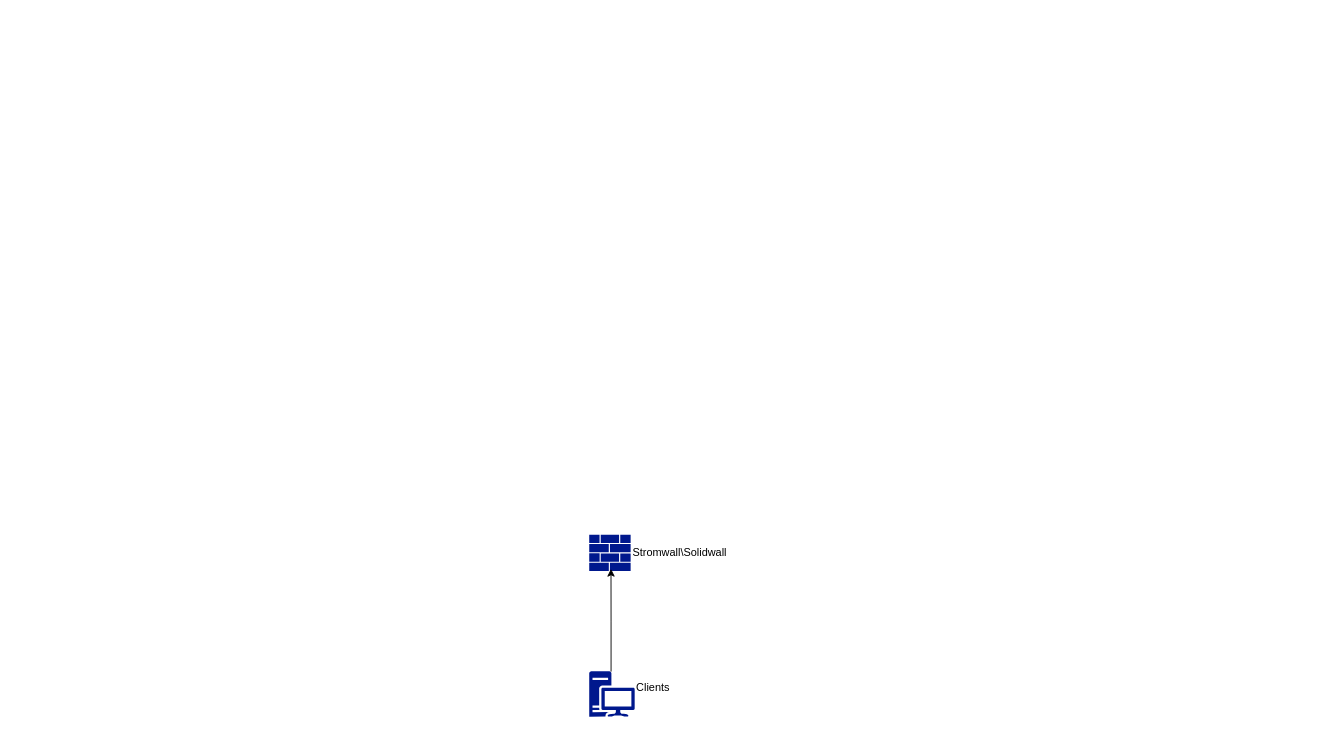
This is Untitled Diagram.drawio from Dasatrys/cosmos-web, a draw.io file, before an edit. Source tidied: cells renumbered, new cells numbered last; positions are measured from the earlier drawing's top-left corner, leaving out a move shared by most shapes. Both pictures are drawn from the tidied source at 91%, with x=0, y=0 at pixel (589, 534).
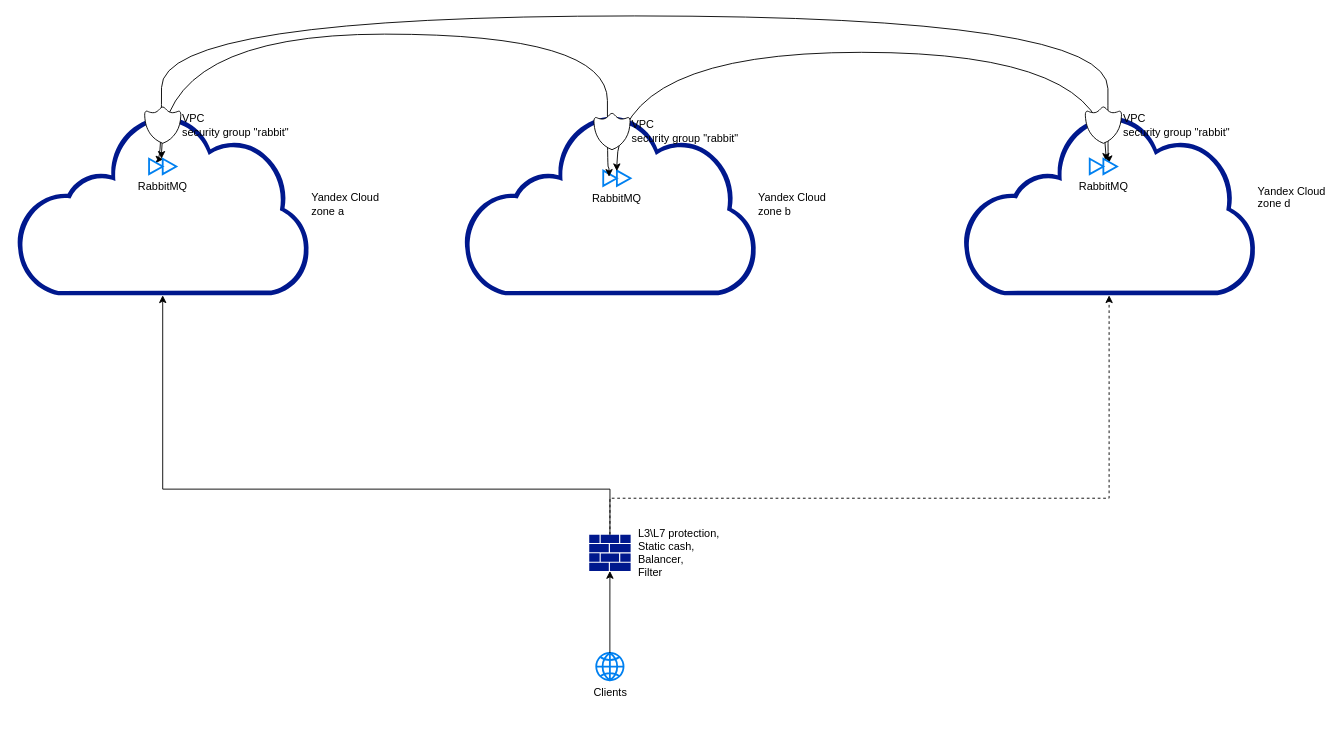
The same diagram, later.

The edit, as a diff of the source:
```diff
@@
+    <mxCell id="5" value="&lt;div&gt;Yandex Cloud&amp;nbsp;&lt;/div&gt;&lt;div&gt;zone d&lt;/div&gt;&lt;div&gt;&lt;br&gt;&lt;/div&gt;" style="sketch=0;shadow=0;dashed=0;html=1;strokeColor=none;labelPosition=right;verticalLabelPosition=middle;verticalAlign=middle;align=left;fillColor=#00188D;shape=mxgraph.mscae.enterprise.internet_hollow;" parent="1" vertex="1">
+      <mxGeometry x="410" y="-463" width="322.6" height="200" as="geometry" />
+    </mxCell>
-    <mxCell id="2" value="Stromwall\Solidwall" style="sketch=0;shadow=0;dashed=0;html=1;strokeColor=none;labelPosition=right;verticalLabelPosition=middle;verticalAlign=middle;align=left;fillColor=#00188D;shape=mxgraph.mscae.enterprise.firewall;" parent="1" vertex="1">
+    <mxCell id="2" value="L3\L7 protection,&lt;br&gt;Static cash,&lt;br&gt;&lt;div&gt;Balancer,&lt;/div&gt;&lt;div&gt;Filter&lt;/div&gt;" style="sketch=0;shadow=0;dashed=0;html=1;strokeColor=none;labelPosition=right;verticalLabelPosition=middle;verticalAlign=middle;align=left;fillColor=#00188D;shape=mxgraph.mscae.enterprise.firewall;spacing=8;" parent="1" vertex="1">
       <mxGeometry width="45.5" height="40" as="geometry" />
     </mxCell>
+    <mxCell id="6" value="&lt;div&gt;Yandex Cloud&amp;nbsp;&lt;/div&gt;&lt;div&gt;zone a&lt;/div&gt;" style="sketch=0;shadow=0;dashed=0;html=1;strokeColor=none;labelPosition=right;verticalLabelPosition=middle;verticalAlign=middle;align=left;fillColor=#00188D;shape=mxgraph.mscae.enterprise.internet_hollow;" parent="1" vertex="1">
+      <mxGeometry x="-630" y="-463" width="322.6" height="200" as="geometry" />
+    </mxCell>
+    <mxCell id="7" value="&lt;div&gt;Yandex Cloud&amp;nbsp;&lt;/div&gt;&lt;div&gt;zone b&lt;/div&gt;" style="sketch=0;shadow=0;dashed=0;html=1;strokeColor=none;labelPosition=right;verticalLabelPosition=middle;verticalAlign=middle;align=left;fillColor=#00188D;shape=mxgraph.mscae.enterprise.internet_hollow;" parent="1" vertex="1">
+      <mxGeometry x="-138.6" y="-463" width="322.6" height="200" as="geometry" />
+    </mxCell>
+    <mxCell id="8" style="edgeStyle=orthogonalEdgeStyle;rounded=0;jettySize=auto;html=1;exitX=0.5;exitY=0;exitDx=0;exitDy=0;exitPerimeter=0;entryX=0.5;entryY=1;entryDx=0;entryDy=0;entryPerimeter=0;verticalAlign=bottom;dashed=1;" parent="1" edge="1" source="2" target="5">
+      <mxGeometry relative="1" as="geometry">
+        <Array as="points">
+          <mxPoint x="23" y="-40" />
+          <mxPoint x="571" y="-40" />
+        </Array>
+      </mxGeometry>
+    </mxCell>
+    <mxCell id="9" style="edgeStyle=orthogonalEdgeStyle;rounded=0;jettySize=auto;html=1;exitX=0.5;exitY=0;exitDx=0;exitDy=0;exitPerimeter=0;entryX=0.5;entryY=1;entryDx=0;entryDy=0;entryPerimeter=0;" parent="1" edge="1" source="2" target="6">
+      <mxGeometry relative="1" as="geometry">
+        <Array as="points">
+          <mxPoint x="23" y="-50" />
+          <mxPoint x="-469" y="-50" />
+        </Array>
+      </mxGeometry>
+    </mxCell>
-    <mxCell id="3" value="&lt;div&gt;Clients&lt;/div&gt;&lt;div&gt;&lt;br&gt;&lt;/div&gt;" style="sketch=0;shadow=0;dashed=0;html=1;strokeColor=none;labelPosition=right;verticalLabelPosition=middle;verticalAlign=middle;align=left;fillColor=#00188D;shape=mxgraph.mscae.enterprise.workstation_client;" parent="1" vertex="1">
-      <mxGeometry y="150" width="50" height="50" as="geometry" />
+    <mxCell id="3" value="&lt;div&gt;Clients&lt;/div&gt;" style="html=1;verticalLabelPosition=bottom;align=center;labelBackgroundColor=#ffffff;verticalAlign=top;strokeWidth=2;strokeColor=#0080F0;shadow=0;dashed=0;shape=mxgraph.ios7.icons.globe;" parent="1" vertex="1">
+      <mxGeometry x="7.7" y="130" width="30" height="30" as="geometry" />
     </mxCell>
-    <mxCell id="4" style="edgeStyle=orthogonalEdgeStyle;rounded=0;jettySize=auto;html=1;exitX=0.48;exitY=0.01;exitDx=0;exitDy=0;exitPerimeter=0;entryX=0.526;entryY=0.941;entryDx=0;entryDy=0;entryPerimeter=0;" parent="1" edge="1" source="3" target="2">
+    <mxCell id="4" style="edgeStyle=orthogonalEdgeStyle;rounded=0;jettySize=auto;html=1;entryX=0.5;entryY=1;entryDx=0;entryDy=0;entryPerimeter=0;" parent="1" edge="1" source="3" target="2">
       <mxGeometry relative="1" as="geometry" />
     </mxCell>
+    <mxCell id="10" value="RabbitMQ" style="html=1;verticalLabelPosition=bottom;align=center;labelBackgroundColor=#ffffff;verticalAlign=top;strokeWidth=2;strokeColor=#0080F0;shadow=0;dashed=0;shape=mxgraph.ios7.icons.forward;" parent="1" vertex="1">
+      <mxGeometry x="15.4" y="-400" width="30" height="16.8" as="geometry" />
+    </mxCell>
+    <mxCell id="11" style="edgeStyle=orthogonalEdgeStyle;rounded=0;jettySize=auto;html=1;curved=1;entryX=0.7;entryY=0.284;entryDx=0;entryDy=0;entryPerimeter=0;exitX=0.525;exitY=0.029;exitDx=0;exitDy=0;exitPerimeter=0;startArrow=classic;startFill=1;" parent="1" edge="1" source="12" target="14">
+      <mxGeometry relative="1" as="geometry">
+        <Array as="points">
+          <mxPoint x="-470" y="-412" />
+          <mxPoint x="-470" y="-570" />
+          <mxPoint x="570" y="-570" />
+          <mxPoint x="570" y="-410" />
+          <mxPoint x="571" y="-410" />
+        </Array>
+      </mxGeometry>
+    </mxCell>
+    <mxCell id="12" value="RabbitMQ" style="html=1;verticalLabelPosition=bottom;align=center;labelBackgroundColor=#ffffff;verticalAlign=top;strokeWidth=2;strokeColor=#0080F0;shadow=0;dashed=0;shape=mxgraph.ios7.icons.forward;" parent="1" vertex="1">
+      <mxGeometry x="-483.7" y="-413" width="30" height="16.8" as="geometry" />
+    </mxCell>
+    <mxCell id="13" style="edgeStyle=orthogonalEdgeStyle;rounded=0;jettySize=auto;html=1;entryX=0.498;entryY=0.036;entryDx=0;entryDy=0;entryPerimeter=0;curved=1;exitX=0.594;exitY=0.129;exitDx=0;exitDy=0;exitPerimeter=0;startArrow=classic;startFill=1;" parent="1" edge="1" source="14" target="10">
+      <mxGeometry relative="1" as="geometry">
+        <Array as="points">
+          <mxPoint x="568" y="-530" />
+          <mxPoint x="30" y="-530" />
+        </Array>
+      </mxGeometry>
+    </mxCell>
+    <mxCell id="14" value="RabbitMQ" style="html=1;verticalLabelPosition=bottom;align=center;labelBackgroundColor=#ffffff;verticalAlign=top;strokeWidth=2;strokeColor=#0080F0;shadow=0;dashed=0;shape=mxgraph.ios7.icons.forward;" parent="1" vertex="1">
+      <mxGeometry x="550" y="-413" width="30" height="16.8" as="geometry" />
+    </mxCell>
+    <mxCell id="15" style="edgeStyle=orthogonalEdgeStyle;rounded=0;jettySize=auto;html=1;entryX=0.213;entryY=0.406;entryDx=0;entryDy=0;entryPerimeter=0;startArrow=classic;startFill=1;curved=1;" parent="1" edge="1" source="12" target="10">
+      <mxGeometry relative="1" as="geometry">
+        <Array as="points">
+          <mxPoint x="-470" y="-550" />
+          <mxPoint x="20" y="-550" />
+          <mxPoint x="20" y="-404" />
+          <mxPoint x="22" y="-404" />
+        </Array>
+      </mxGeometry>
+    </mxCell>
+    <mxCell id="16" value="&lt;div&gt;VPC&amp;nbsp;&lt;/div&gt;&lt;div&gt;security group &quot;rabbit&quot;&lt;/div&gt;" style="sketch=0;shadow=0;dashed=0;html=1;strokeColor=default;labelPosition=right;verticalLabelPosition=middle;verticalAlign=middle;align=left;fillColor=default;shape=mxgraph.mscae.oms.security;" parent="1" vertex="1">
+      <mxGeometry x="5" y="-463" width="40" height="40" as="geometry" />
+    </mxCell>
+    <mxCell id="17" value="&lt;div&gt;VPC&amp;nbsp;&lt;/div&gt;&lt;div&gt;security group &quot;rabbit&quot;&lt;/div&gt;" style="sketch=0;shadow=0;dashed=0;html=1;strokeColor=default;labelPosition=right;verticalLabelPosition=middle;verticalAlign=middle;align=left;fillColor=default;shape=mxgraph.mscae.oms.security;" parent="1" vertex="1">
+      <mxGeometry x="545" y="-470" width="40" height="40" as="geometry" />
+    </mxCell>
+    <mxCell id="18" value="&lt;div&gt;VPC&amp;nbsp;&lt;/div&gt;&lt;div&gt;security group &quot;rabbit&quot;&lt;/div&gt;" style="sketch=0;shadow=0;dashed=0;html=1;strokeColor=default;labelPosition=right;verticalLabelPosition=middle;verticalAlign=middle;align=left;fillColor=default;shape=mxgraph.mscae.oms.security;" parent="1" vertex="1">
+      <mxGeometry x="-488.7" y="-470" width="40" height="40" as="geometry" />
+    </mxCell>
```
